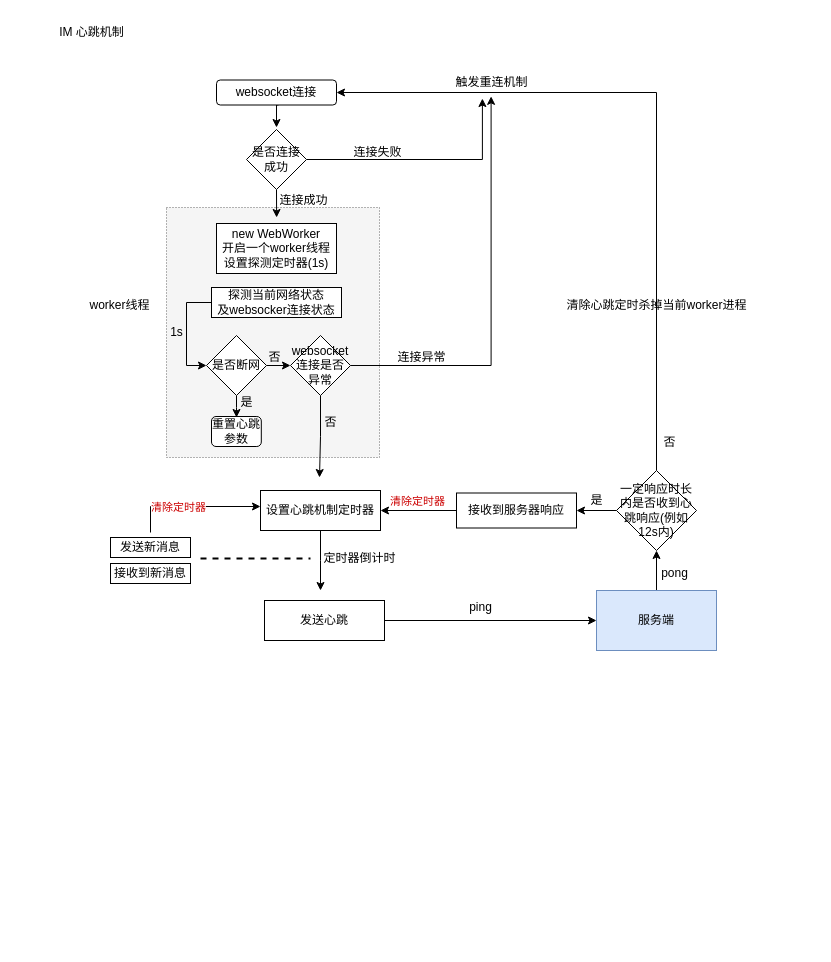
Before: IM.drawio in simqifeng/somenote, a draw.io diagram. Source tidied: cells renumbered, new cells numbered last; positions are measured from the earlier drawing's top-left corner, leaving out a move shared by most shapes. Both pictures are drawn from the tidied source at 100%, with x=0, y=0 at pixel (46, 17).
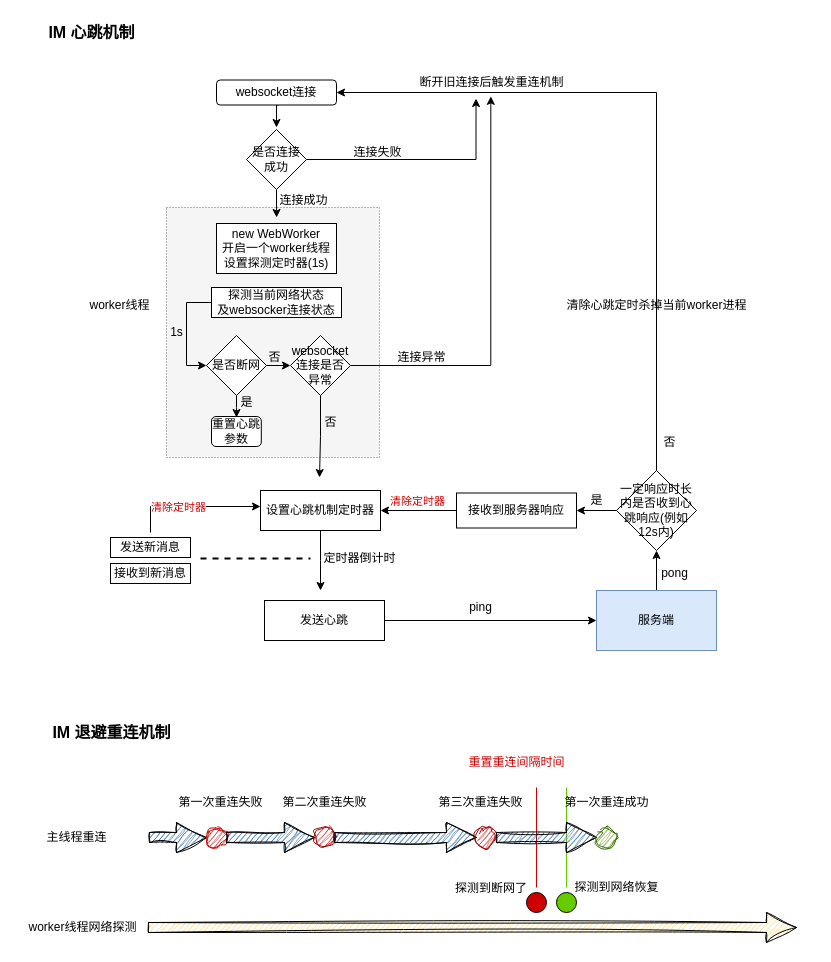
Above is the later version.

Commit message:
退避机制重连.drawio

What changed in the source:
```diff
@@
-    <mxCell id="23" value="触发重连机制" style="text;html=1;align=center;verticalAlign=middle;points=[];strokeColor=none;fillColor=none;" parent="1" vertex="1">
-      <mxGeometry x="395" y="50" width="100" height="30" as="geometry" />
+    <mxCell id="23" value="断开旧连接后触发重连机制" style="text;html=1;align=center;verticalAlign=middle;points=[];strokeColor=none;fillColor=none;" parent="1" vertex="1">
+      <mxGeometry x="360" y="50" width="170" height="30" as="geometry" />
     </mxCell>
@@
-    <mxCell id="27" value="IM 心跳机制" style="text;html=1;align=center;verticalAlign=middle;strokeColor=none;fillColor=none;" parent="1" vertex="1">
-      <mxGeometry width="90" height="30" as="geometry" />
+    <mxCell id="27" value="IM 心跳机制" style="text;html=1;align=center;verticalAlign=middle;strokeColor=none;fillColor=none;fontSize=16;fontStyle=1;" parent="1" vertex="1">
+      <mxGeometry x="-10" width="110" height="30" as="geometry" />
     </mxCell>
@@
+    <mxCell id="52" value="第二次重连失败" style="text;html=1;align=center;verticalAlign=middle;strokeColor=none;fillColor=none;" parent="1" vertex="1">
+      <mxGeometry x="223" y="770" width="110" height="30" as="geometry" />
+    </mxCell>
+    <mxCell id="53" value="第一次重连失败" style="text;html=1;align=center;verticalAlign=middle;strokeColor=none;fillColor=none;" parent="1" vertex="1">
+      <mxGeometry x="119" y="770" width="110" height="30" as="geometry" />
+    </mxCell>
+    <mxCell id="54" value="第三次重连失败" style="text;html=1;align=center;verticalAlign=middle;strokeColor=none;fillColor=none;" parent="1" vertex="1">
+      <mxGeometry x="379" y="770" width="110" height="30" as="geometry" />
+    </mxCell>
+    <mxCell id="55" style="shape=arrow;html=1;rounded=0;fillColor=#004C99;sketch=1;curveFitting=1;jiggle=2;arcSize=12;" parent="1" edge="1" target="56">
+      <mxGeometry relative="1" as="geometry">
+        <mxPoint x="103" y="820" as="sourcePoint" />
+      </mxGeometry>
+    </mxCell>
+    <mxCell id="56" style="ellipse;whiteSpace=wrap;html=1;fillColor=#CC0000;shadow=0;sketch=1;curveFitting=1;jiggle=2;strokeColor=#CC0000;" parent="1" vertex="1">
+      <mxGeometry x="160" y="810" width="20" height="20" as="geometry" />
+    </mxCell>
+    <mxCell id="57" style="shape=arrow;html=1;rounded=0;fillColor=#004C99;arcSize=20;fillOpacity=100;sketch=1;curveFitting=1;jiggle=2;" parent="1" edge="1" source="56" target="58">
+      <mxGeometry relative="1" as="geometry" />
+    </mxCell>
+    <mxCell id="58" style="ellipse;whiteSpace=wrap;html=1;fillColor=#CC0000;shadow=0;sketch=1;curveFitting=1;jiggle=2;strokeColor=#990000;" parent="1" vertex="1">
+      <mxGeometry x="268" y="810" width="20" height="20" as="geometry" />
+    </mxCell>
+    <mxCell id="59" style="shape=arrow;html=1;rounded=0;fillColor=#004C99;arcSize=20;fillOpacity=100;sketch=1;curveFitting=1;jiggle=2;" parent="1" edge="1" source="58" target="60">
+      <mxGeometry relative="1" as="geometry" />
+    </mxCell>
+    <mxCell id="60" style="ellipse;whiteSpace=wrap;html=1;fillColor=#CC0000;shadow=0;sketch=1;curveFitting=1;jiggle=2;strokeColor=#990000;" parent="1" vertex="1">
+      <mxGeometry x="430" y="810" width="20" height="20" as="geometry" />
+    </mxCell>
+    <mxCell id="61" style="endArrow=classic;html=1;rounded=1;shape=arrow;sketch=1;curveFitting=1;jiggle=2;fillColor=#FFD966;" parent="1" edge="1">
+      <mxGeometry relative="1" as="geometry">
+        <mxPoint x="102" y="910" as="sourcePoint" />
+        <mxPoint x="750" y="910" as="targetPoint" />
+      </mxGeometry>
+    </mxCell>
+    <mxCell id="62" value="主线程重连" style="text;html=1;align=center;verticalAlign=middle;strokeColor=none;fillColor=none;" parent="1" vertex="1">
+      <mxGeometry x="-10" y="805" width="80" height="30" as="geometry" />
+    </mxCell>
+    <mxCell id="63" style="ellipse;whiteSpace=wrap;html=1;fillColor=#CC0000;" parent="1" vertex="1">
+      <mxGeometry x="480" y="875" width="20" height="20" as="geometry" />
+    </mxCell>
+    <mxCell id="64" value="探测到断网了" style="text;html=1;strokeColor=none;fillColor=none;align=center;verticalAlign=middle;whiteSpace=wrap;rounded=0;" parent="1" vertex="1">
+      <mxGeometry x="405" y="856" width="80" height="30" as="geometry" />
+    </mxCell>
+    <mxCell id="65" style="endArrow=none;html=1;rounded=0;strokeColor=#CC0000;" parent="1" edge="1">
+      <mxGeometry relative="1" as="geometry">
+        <mxPoint x="490" y="770" as="sourcePoint" />
+        <mxPoint x="490" y="870" as="targetPoint" />
+      </mxGeometry>
+    </mxCell>
+    <mxCell id="66" value="重置重连间隔时间" style="text;html=1;align=center;verticalAlign=middle;strokeColor=none;fillColor=none;fontColor=#CC0000;" parent="1" vertex="1">
+      <mxGeometry x="410" y="730" width="120" height="30" as="geometry" />
+    </mxCell>
+    <mxCell id="67" style="ellipse;whiteSpace=wrap;html=1;fillColor=#66CC00;" parent="1" vertex="1">
+      <mxGeometry x="510" y="875" width="20" height="20" as="geometry" />
+    </mxCell>
+    <mxCell id="68" value="探测到网络恢复" style="text;html=1;strokeColor=none;fillColor=none;align=center;verticalAlign=middle;whiteSpace=wrap;rounded=0;" parent="1" vertex="1">
+      <mxGeometry x="527" y="855" width="87" height="30" as="geometry" />
+    </mxCell>
+    <mxCell id="69" style="endArrow=none;html=1;rounded=0;strokeColor=#66CC00;" parent="1" edge="1">
+      <mxGeometry relative="1" as="geometry">
+        <mxPoint x="520" y="770" as="sourcePoint" />
+        <mxPoint x="520" y="870" as="targetPoint" />
+      </mxGeometry>
+    </mxCell>
+    <mxCell id="70" value="第一次重连成功" style="text;html=1;align=center;verticalAlign=middle;strokeColor=none;fillColor=none;" parent="1" vertex="1">
+      <mxGeometry x="505" y="770" width="110" height="30" as="geometry" />
+    </mxCell>
+    <mxCell id="71" style="shape=arrow;html=1;rounded=0;fillColor=#004C99;arcSize=20;fillOpacity=100;sketch=1;curveFitting=1;jiggle=2;" parent="1" edge="1" source="60" target="72">
+      <mxGeometry relative="1" as="geometry" />
+    </mxCell>
+    <mxCell id="72" style="ellipse;whiteSpace=wrap;html=1;fillColor=#4D9900;sketch=1;curveFitting=1;jiggle=2;strokeColor=#336600;" parent="1" vertex="1">
+      <mxGeometry x="550" y="810" width="20" height="20" as="geometry" />
+    </mxCell>
+    <mxCell id="73" value="worker线程网络探测" style="text;html=1;align=center;verticalAlign=middle;strokeColor=none;fillColor=none;" parent="1" vertex="1">
+      <mxGeometry x="-29" y="895" width="130" height="30" as="geometry" />
+    </mxCell>
+    <mxCell id="74" value="IM 退避重连机制" style="text;html=1;align=center;verticalAlign=middle;strokeColor=none;fillColor=none;fontSize=16;fontStyle=1;" parent="1" vertex="1">
+      <mxGeometry x="-5" y="700" width="140" height="30" as="geometry" />
+    </mxCell>
```
